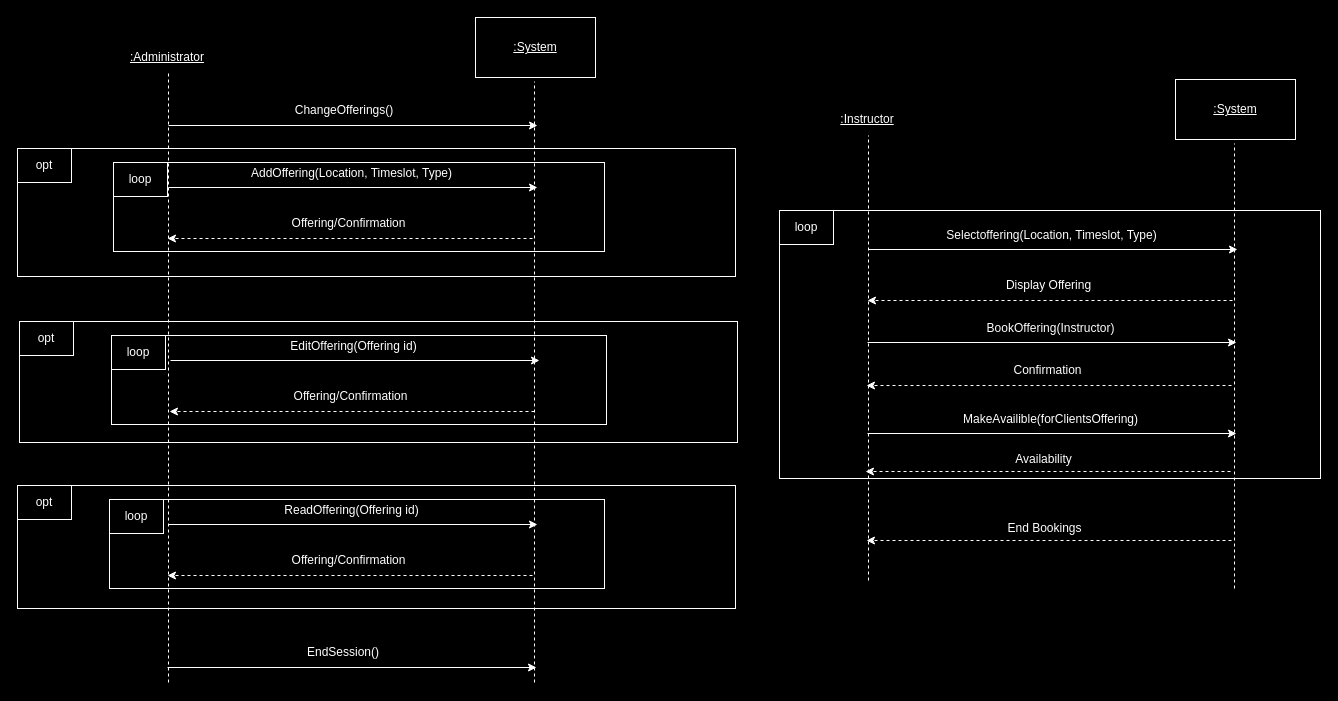
Before: ssd_ProcessOfferins.drawio in matdavid7272/342project, a draw.io diagram. Source tidied: cells renumbered, new cells numbered last; positions are measured from the earlier drawing's top-left corner, leaving out a move shared by most shapes. Both pictures are drawn from the tidied source at 100%, with x=0, y=0 at pixel (17, 17).
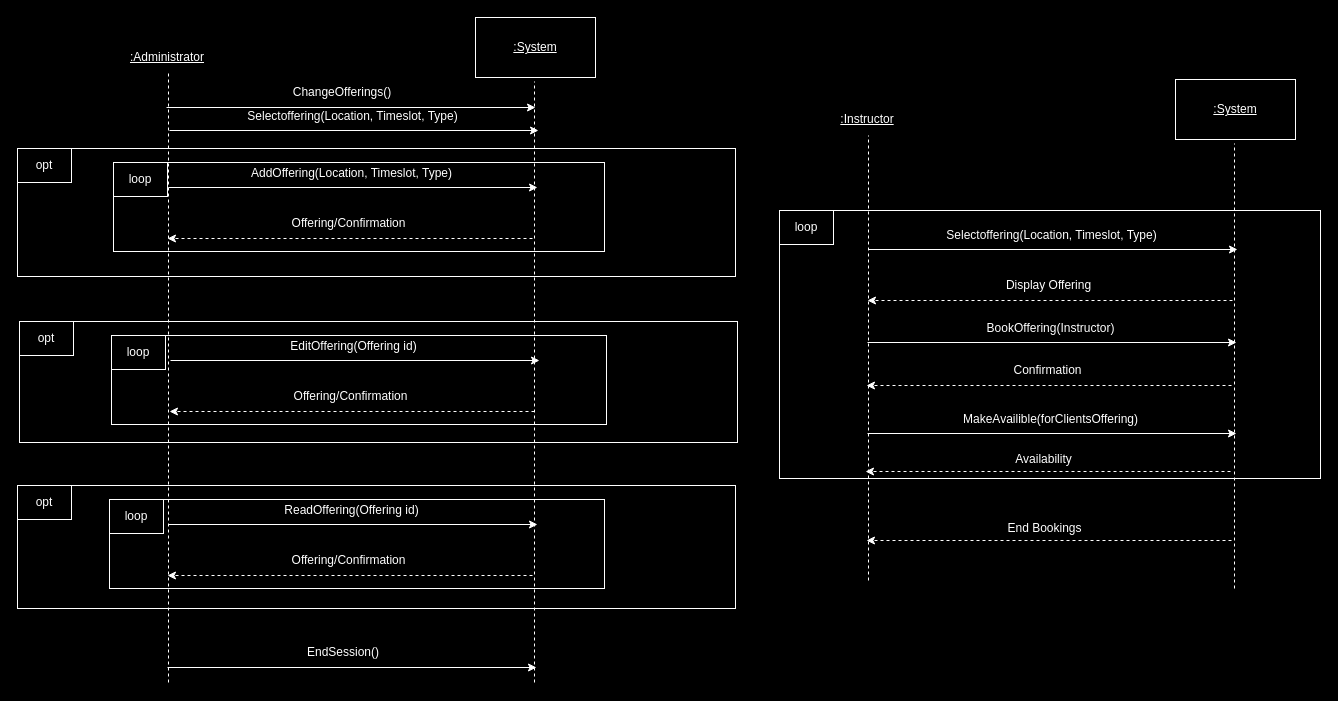
Above is the later version.

Diff of the diagram source:
```diff
@@
     <mxCell id="25" style="endArrow=classic;html=1;rounded=0;strokeColor=#FFFFFF;" parent="1" edge="1">
       <mxGeometry relative="1" as="geometry">
-        <mxPoint x="151" y="108" as="sourcePoint" />
-        <mxPoint x="520" y="108" as="targetPoint" />
+        <mxPoint x="149" y="90" as="sourcePoint" />
+        <mxPoint x="518" y="90" as="targetPoint" />
       </mxGeometry>
     </mxCell>
     <mxCell id="26" value="&lt;font color=&quot;#ffffff&quot;&gt;ChangeOfferings()&lt;/font&gt;" style="text;html=1;align=center;verticalAlign=middle;whiteSpace=wrap;rounded=0;" parent="1" vertex="1">
-      <mxGeometry x="297" y="78" width="60" height="30" as="geometry" />
+      <mxGeometry x="295" y="60" width="60" height="30" as="geometry" />
     </mxCell>
@@
+    <mxCell id="56" style="endArrow=classic;html=1;rounded=0;strokeColor=#FFFFFF;" parent="1" edge="1">
+      <mxGeometry relative="1" as="geometry">
+        <mxPoint x="152" y="113" as="sourcePoint" />
+        <mxPoint x="521" y="113" as="targetPoint" />
+      </mxGeometry>
+    </mxCell>
+    <mxCell id="57" value="&lt;font color=&quot;#ffffff&quot;&gt;Selectoffering(&lt;/font&gt;&lt;span style=&quot;color: rgb(255, 255, 255);&quot;&gt;Location, Timeslot, Type&lt;/span&gt;&lt;font color=&quot;#ffffff&quot;&gt;)&lt;/font&gt;" style="text;html=1;align=center;verticalAlign=middle;whiteSpace=wrap;rounded=0;" parent="1" vertex="1">
+      <mxGeometry x="214" y="84" width="243" height="30" as="geometry" />
+    </mxCell>
```
